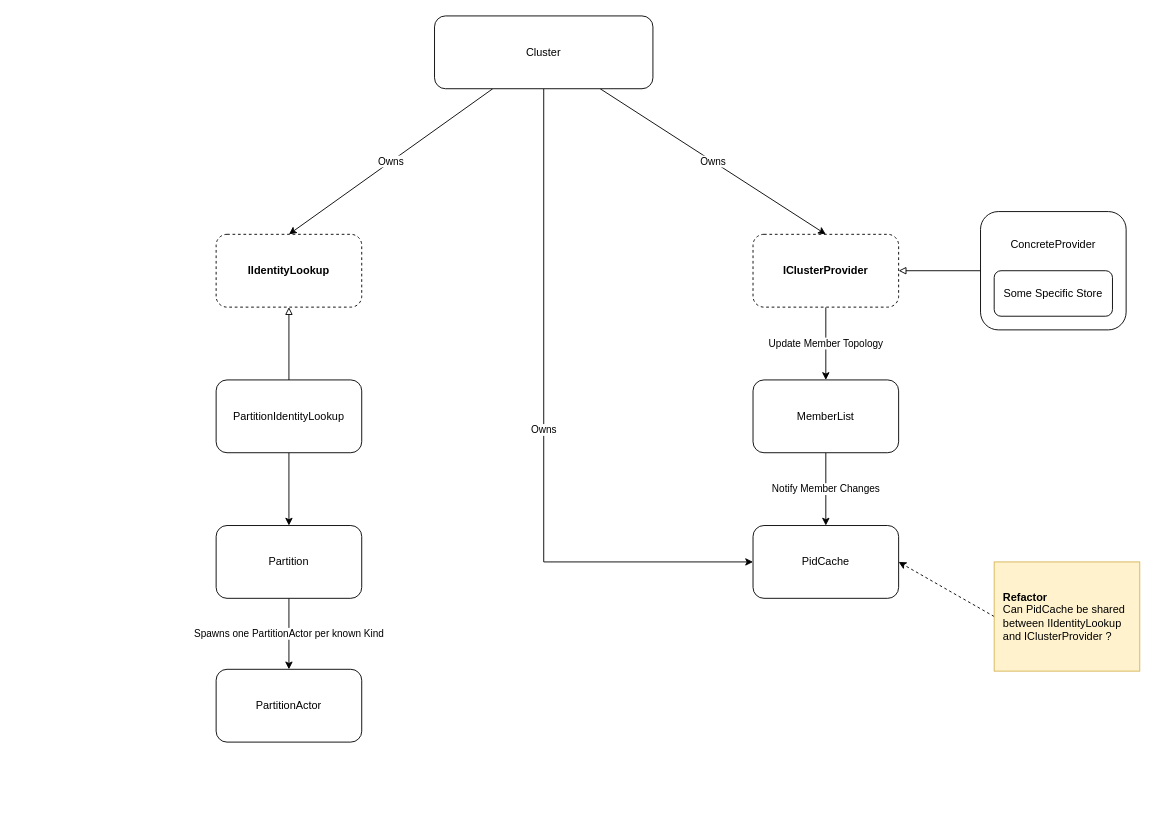
asynkron/protoactor-dotnet keeps this draw.io diagram as page "Sida-1" (1 of 2) of cluster.drawio. Above is the earlier version. Source tidied: cells renumbered, new cells numbered last; positions are measured from the earlier drawing's top-left corner, leaving out a move shared by most shapes. Both pictures are drawn from the tidied source at 91%, with x=0, y=0 at pixel (216, 15).
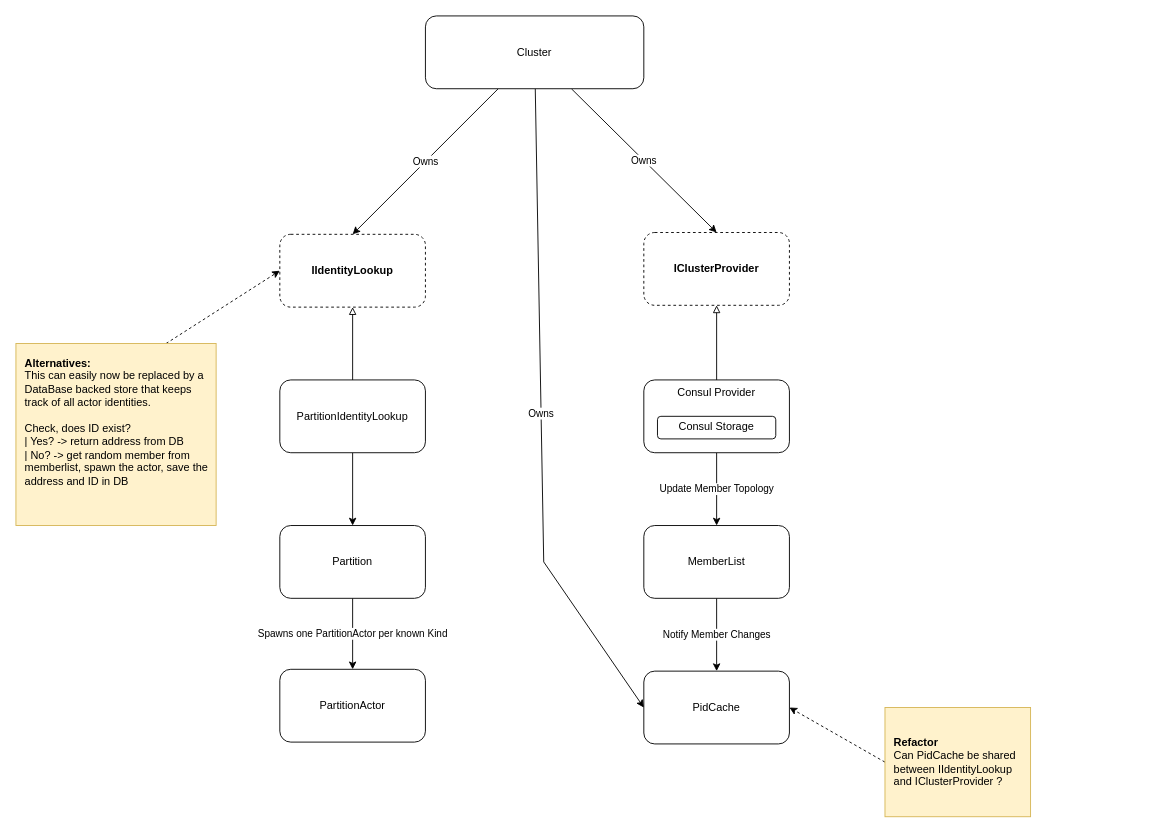
Above is the later version.

Diff of the diagram source:
```diff
@@
-    <mxCell id="2" value="Update Member Topology" style="edgeStyle=orthogonalEdgeStyle;rounded=0;jettySize=auto;html=1;exitX=0.5;exitY=1;exitDx=0;exitDy=0;entryX=0.5;entryY=0;entryDx=0;entryDy=0;" parent="1" edge="1" source="3" target="5">
+    <mxCell id="2" value="Update Member Topology" style="edgeStyle=orthogonalEdgeStyle;rounded=0;jettySize=auto;html=1;exitX=0.5;exitY=1;exitDx=0;exitDy=0;entryX=0.5;entryY=0;entryDx=0;entryDy=0;" parent="1" edge="1" source="7" target="5">
       <mxGeometry relative="1" as="geometry" />
     </mxCell>
     <mxCell id="3" value="IClusterProvider" style="rounded=1;whiteSpace=wrap;html=1;dashed=1;fontStyle=1;" parent="1" vertex="1">
-      <mxGeometry x="590" y="240" width="160" height="80" as="geometry" />
+      <mxGeometry x="470" y="238" width="160" height="80" as="geometry" />
     </mxCell>
@@
     <mxCell id="5" value="MemberList" style="rounded=1;whiteSpace=wrap;html=1;" parent="1" vertex="1">
-      <mxGeometry x="590" y="400" width="160" height="80" as="geometry" />
+      <mxGeometry x="470" y="560" width="160" height="80" as="geometry" />
     </mxCell>
-    <mxCell id="6" style="edgeStyle=orthogonalEdgeStyle;rounded=0;jettySize=auto;html=1;exitX=0;exitY=0.5;exitDx=0;exitDy=0;entryX=1;entryY=0.5;entryDx=0;entryDy=0;endArrow=block;endFill=0;" parent="1" edge="1" source="7" target="3">
+    <mxCell id="6" style="edgeStyle=orthogonalEdgeStyle;rounded=0;jettySize=auto;html=1;exitX=0.5;exitY=0;exitDx=0;exitDy=0;entryX=0.5;entryY=1;entryDx=0;entryDy=0;endArrow=block;endFill=0;" parent="1" edge="1" source="7" target="3">
       <mxGeometry relative="1" as="geometry" />
     </mxCell>
-    <mxCell id="7" value="ConcreteProvider&lt;br&gt;&lt;br&gt;&lt;br&gt;&lt;br&gt;&lt;br&gt;" style="rounded=1;whiteSpace=wrap;html=1;" parent="1" vertex="1">
-      <mxGeometry x="840" y="215" width="160" height="130" as="geometry" />
-    </mxCell>
-    <mxCell id="8" value="Some Specific Store" style="rounded=1;whiteSpace=wrap;html=1;" parent="1" vertex="1">
-      <mxGeometry x="855" y="280" width="130" height="50" as="geometry" />
-    </mxCell>
     <mxCell id="9" value="PidCache" style="rounded=1;whiteSpace=wrap;html=1;" parent="1" vertex="1">
-      <mxGeometry x="590" y="560" width="160" height="80" as="geometry" />
+      <mxGeometry x="470" y="720" width="160" height="80" as="geometry" />
     </mxCell>
@@
     <mxCell id="11" value="Partition" style="rounded=1;whiteSpace=wrap;html=1;" parent="1" vertex="1">
-      <mxGeometry y="560" width="160" height="80" as="geometry" />
+      <mxGeometry x="70" y="560" width="160" height="80" as="geometry" />
     </mxCell>
     <mxCell id="12" value="PartitionActor" style="rounded=1;whiteSpace=wrap;html=1;" parent="1" vertex="1">
-      <mxGeometry y="718" width="160" height="80" as="geometry" />
+      <mxGeometry x="70" y="718" width="160" height="80" as="geometry" />
     </mxCell>
@@
     <mxCell id="16" value="Cluster" style="rounded=1;whiteSpace=wrap;html=1;" parent="1" vertex="1">
-      <mxGeometry x="240" width="240" height="80" as="geometry" />
+      <mxGeometry x="230" width="240" height="80" as="geometry" />
     </mxCell>
     <mxCell id="17" value="IIdentityLookup" style="rounded=1;whiteSpace=wrap;html=1;dashed=1;fontStyle=1;" parent="1" vertex="1">
-      <mxGeometry y="240" width="160" height="80" as="geometry" />
+      <mxGeometry x="70" y="240" width="160" height="80" as="geometry" />
     </mxCell>
@@
     <mxCell id="20" value="PartitionIdentityLookup" style="rounded=1;whiteSpace=wrap;html=1;" parent="1" vertex="1">
-      <mxGeometry y="400" width="160" height="80" as="geometry" />
+      <mxGeometry x="70" y="400" width="160" height="80" as="geometry" />
     </mxCell>
@@
     <mxCell id="22" value="&lt;b&gt;Refactor&lt;/b&gt;&lt;br&gt;Can PidCache be shared between IIdentityLookup and IClusterProvider ?" style="rounded=0;whiteSpace=wrap;html=1;fillColor=#fff2cc;strokeColor=#d6b656;align=left;spacing=10;" parent="1" vertex="1">
-      <mxGeometry x="855" y="600" width="160" height="120" as="geometry" />
+      <mxGeometry x="735" y="760" width="160" height="120" as="geometry" />
     </mxCell>
+    <mxCell id="23" style="edgeStyle=none;rounded=0;jettySize=auto;html=1;exitX=0.75;exitY=0;exitDx=0;exitDy=0;entryX=0;entryY=0.5;entryDx=0;entryDy=0;labelBackgroundColor=none;endArrow=classic;endFill=1;strokeColor=#000000;fontColor=#000000;dashed=1;" parent="1" edge="1" source="24" target="17">
+      <mxGeometry relative="1" as="geometry" />
+    </mxCell>
+    <mxCell id="24" value="&lt;b&gt;Alternatives:&lt;/b&gt;&lt;br&gt;This can easily now be replaced by a DataBase backed store that keeps track of all actor identities.&lt;br&gt;&lt;br&gt;Check, does ID exist?&lt;br&gt;| Yes? -&amp;gt; return address from DB&lt;br&gt;| No? -&amp;gt; get random member from memberlist, spawn the actor, save the address and ID in DB" style="rounded=0;whiteSpace=wrap;html=1;fillColor=#fff2cc;strokeColor=#d6b656;align=left;spacing=10;verticalAlign=top;" parent="1" vertex="1">
+      <mxGeometry x="-220" y="360" width="220" height="200" as="geometry" />
+    </mxCell>
+    <mxCell id="25" style="group;" parent="1" vertex="1">
+      <mxGeometry x="470" y="400" width="160" height="80" as="geometry" />
+    </mxCell>
+    <mxCell id="7" value="Consul Provider" style="rounded=1;whiteSpace=wrap;html=1;verticalAlign=top;" parent="25" vertex="1">
+      <mxGeometry width="160" height="80" as="geometry" />
+    </mxCell>
+    <mxCell id="8" value="Consul Storage" style="rounded=1;whiteSpace=wrap;html=1;" parent="25" vertex="1">
+      <mxGeometry x="15" y="40" width="130" height="24.8" as="geometry" />
+    </mxCell>
```
